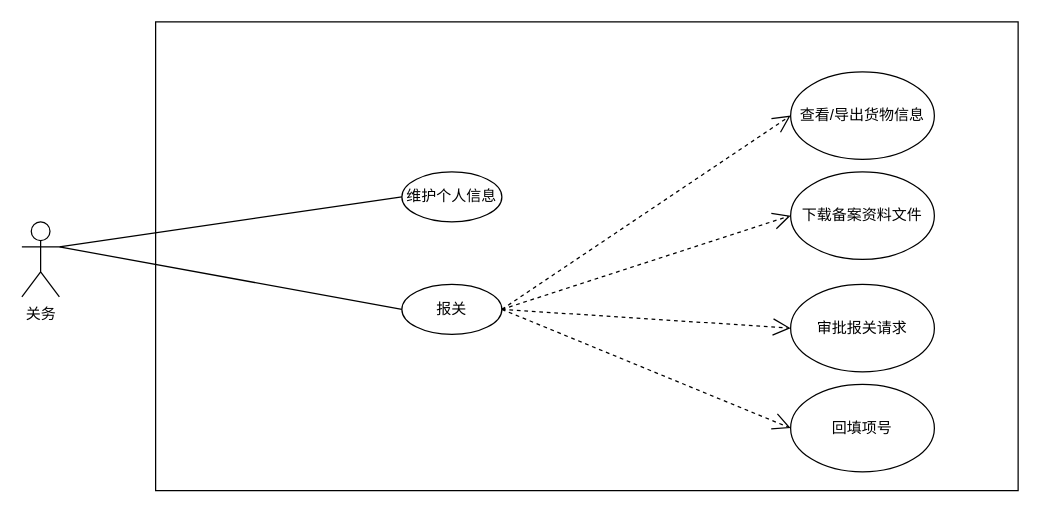
Before: page "关务用例图" (10 of 32) of wbooking docs/进区预约系统.drawio in sxc-one/e-conitl, a draw.io diagram. Source tidied: cells renumbered, new cells numbered last; positions are measured from the earlier drawing's top-left corner, leaving out a move shared by most shapes. Both pictures are drawn from the tidied source at 125%, with x=0, y=0 at pixel (21, 21).
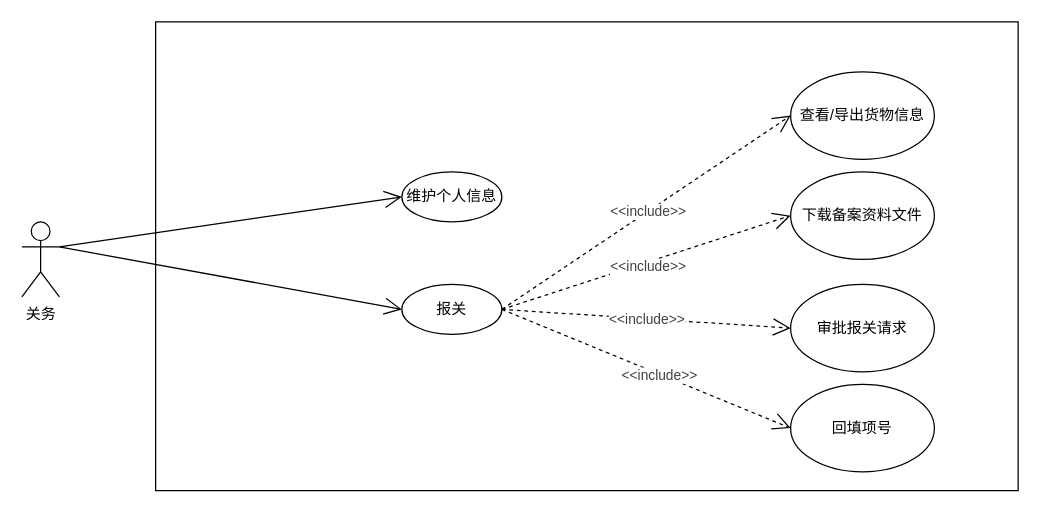
After the change.

Unchanged cells that the change refers to:
```xml
<mxCell id="3" value="关务" style="shape=umlActor;verticalLabelPosition=bottom;verticalAlign=top;html=1;" parent="1" vertex="1">
  <mxGeometry y="160" width="30" height="60" as="geometry" />
</mxCell>
<mxCell id="4" value="报关" style="ellipse;whiteSpace=wrap;html=1;" parent="1" vertex="1">
  <mxGeometry x="304" y="210" width="80" height="40" as="geometry" />
</mxCell>
<mxCell id="5" value="维护个人信息" style="ellipse;whiteSpace=wrap;html=1;" parent="1" vertex="1">
  <mxGeometry x="304" y="120" width="80" height="40" as="geometry" />
</mxCell>
<mxCell id="9" style="endArrow=open;endSize=12;dashed=1;html=1;rounded=0;elbow=vertical;entryX=0;entryY=0.5;entryDx=0;entryDy=0;exitX=1;exitY=0.5;exitDx=0;exitDy=0;" parent="1" edge="1" source="4" target="6">
  <mxGeometry relative="1" as="geometry" />
</mxCell>
<mxCell id="11" style="endArrow=open;endSize=12;dashed=1;html=1;rounded=0;elbow=vertical;entryX=0;entryY=0.5;entryDx=0;entryDy=0;exitX=1;exitY=0.5;exitDx=0;exitDy=0;" parent="1" edge="1" source="4" target="10">
  <mxGeometry relative="1" as="geometry" />
</mxCell>
<mxCell id="13" style="endArrow=open;endSize=12;dashed=1;html=1;rounded=0;elbow=vertical;entryX=0;entryY=0.5;entryDx=0;entryDy=0;exitX=1;exitY=0.5;exitDx=0;exitDy=0;" parent="1" edge="1" source="4" target="12">
  <mxGeometry relative="1" as="geometry" />
</mxCell>
<mxCell id="15" style="endArrow=open;endSize=12;dashed=1;html=1;rounded=0;elbow=vertical;entryX=0;entryY=0.5;entryDx=0;entryDy=0;exitX=1;exitY=0.5;exitDx=0;exitDy=0;" parent="1" edge="1" source="4" target="14">
  <mxGeometry relative="1" as="geometry" />
</mxCell>
```

Diff of the diagram source:
```diff
@@
-    <mxCell id="7" style="endArrow=none;html=1;rounded=0;elbow=vertical;entryX=0;entryY=0.5;entryDx=0;entryDy=0;exitX=1;exitY=0.3333333333333333;exitDx=0;exitDy=0;exitPerimeter=0;" parent="1" edge="1" source="3" target="5">
+    <mxCell id="7" style="endArrow=open;html=1;rounded=0;elbow=vertical;entryX=0;entryY=0.5;entryDx=0;entryDy=0;exitX=1;exitY=0.3333333333333333;exitDx=0;exitDy=0;exitPerimeter=0;endFill=0;endSize=12;" parent="1" edge="1" source="3" target="5">
       <mxGeometry relative="1" as="geometry" />
     </mxCell>
-    <mxCell id="8" style="endArrow=none;html=1;rounded=0;elbow=vertical;entryX=0;entryY=0.5;entryDx=0;entryDy=0;exitX=1;exitY=0.3333333333333333;exitDx=0;exitDy=0;exitPerimeter=0;" parent="1" edge="1" source="3" target="4">
+    <mxCell id="8" style="endArrow=open;html=1;rounded=0;elbow=vertical;entryX=0;entryY=0.5;entryDx=0;entryDy=0;exitX=1;exitY=0.3333333333333333;exitDx=0;exitDy=0;exitPerimeter=0;endFill=0;endSize=12;" parent="1" edge="1" source="3" target="4">
       <mxGeometry relative="1" as="geometry" />
     </mxCell>
@@
+    <mxCell id="16" value="&amp;lt;&amp;lt;include&amp;gt;&amp;gt;" style="edgeLabel;html=1;align=center;verticalAlign=middle;fontSize=11;fontColor=#473e3e;" parent="9" vertex="1">
+      <mxGeometry y="-3" relative="1" as="geometry" />
+    </mxCell>
@@
+    <mxCell id="17" value="&amp;lt;&amp;lt;include&amp;gt;&amp;gt;" style="edgeLabel;html=1;align=center;verticalAlign=middle;fontSize=11;fontColor=#473e3e;" parent="11" vertex="1">
+      <mxGeometry x="0.01" relative="1" as="geometry" />
+    </mxCell>
@@
+    <mxCell id="18" value="&amp;lt;&amp;lt;include&amp;gt;&amp;gt;" style="edgeLabel;html=1;align=center;verticalAlign=middle;fontSize=11;fontColor=#473e3e;" parent="13" vertex="1">
+      <mxGeometry relative="1" as="geometry" />
+    </mxCell>
@@
+    <mxCell id="19" value="&amp;lt;&amp;lt;include&amp;gt;&amp;gt;" style="edgeLabel;html=1;align=center;verticalAlign=middle;fontSize=11;fontColor=#473e3e;" parent="15" vertex="1">
+      <mxGeometry x="0.08" y="-1" relative="1" as="geometry">
+        <mxPoint x="1" as="offset" />
+      </mxGeometry>
+    </mxCell>
```
